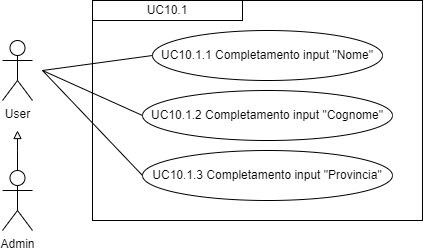
The draw.io diagram imgs/Uml/UC10.1app.png in ShameIRL/farmacode, before a commit. Source tidied: cells renumbered, new cells last; positions are measured from the earlier drawing's top-left corner, leaving out a move shared by most shapes.
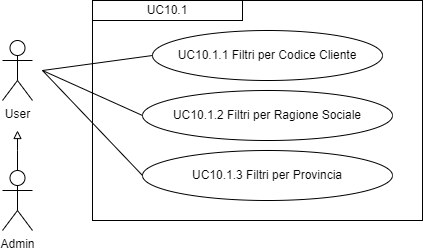
The same diagram one commit later.

Diff of the diagram source:
```diff
@@ -23,7 +23,7 @@
     <mxCell id="6" value="&lt;div style=&quot;&quot;&gt;UC10.1&lt;/div&gt;" style="rounded=0;whiteSpace=wrap;html=1;fillColor=none;align=center;" parent="1" vertex="1">
       <mxGeometry x="90" width="150" height="20" as="geometry" />
     </mxCell>
-    <mxCell id="7" value="UC10.1.1 Completamento input &quot;Nome&quot;" style="ellipse;whiteSpace=wrap;html=1;" parent="1" vertex="1">
+    <mxCell id="7" value="UC10.1.1 Filtri per Codice Cliente" style="ellipse;whiteSpace=wrap;html=1;" parent="1" vertex="1">
       <mxGeometry x="150" y="30" width="230" height="50" as="geometry" />
     </mxCell>
     <mxCell id="8" style="endArrow=none;html=1;rounded=0;entryX=0;entryY=0.5;entryDx=0;entryDy=0;" parent="1" edge="1" target="7">
@@ -31,10 +31,10 @@
         <mxPoint x="40" y="70" as="sourcePoint" />
       </mxGeometry>
     </mxCell>
-    <mxCell id="9" value="UC10.1.2 Completamento input &quot;Cognome&quot;" style="ellipse;whiteSpace=wrap;html=1;" parent="1" vertex="1">
+    <mxCell id="9" value="UC10.1.2 Filtri per Ragione Sociale" style="ellipse;whiteSpace=wrap;html=1;" parent="1" vertex="1">
       <mxGeometry x="140" y="90" width="250" height="50" as="geometry" />
     </mxCell>
-    <mxCell id="10" value="UC10.1.3 Completamento input &quot;Provincia&quot;" style="ellipse;whiteSpace=wrap;html=1;" parent="1" vertex="1">
+    <mxCell id="10" value="UC10.1.3 Filtri per Provincia" style="ellipse;whiteSpace=wrap;html=1;" parent="1" vertex="1">
       <mxGeometry x="140" y="150" width="250" height="50" as="geometry" />
     </mxCell>
     <mxCell id="11" style="endArrow=none;html=1;rounded=0;entryX=0;entryY=0.5;entryDx=0;entryDy=0;" parent="1" edge="1" target="9">
```
